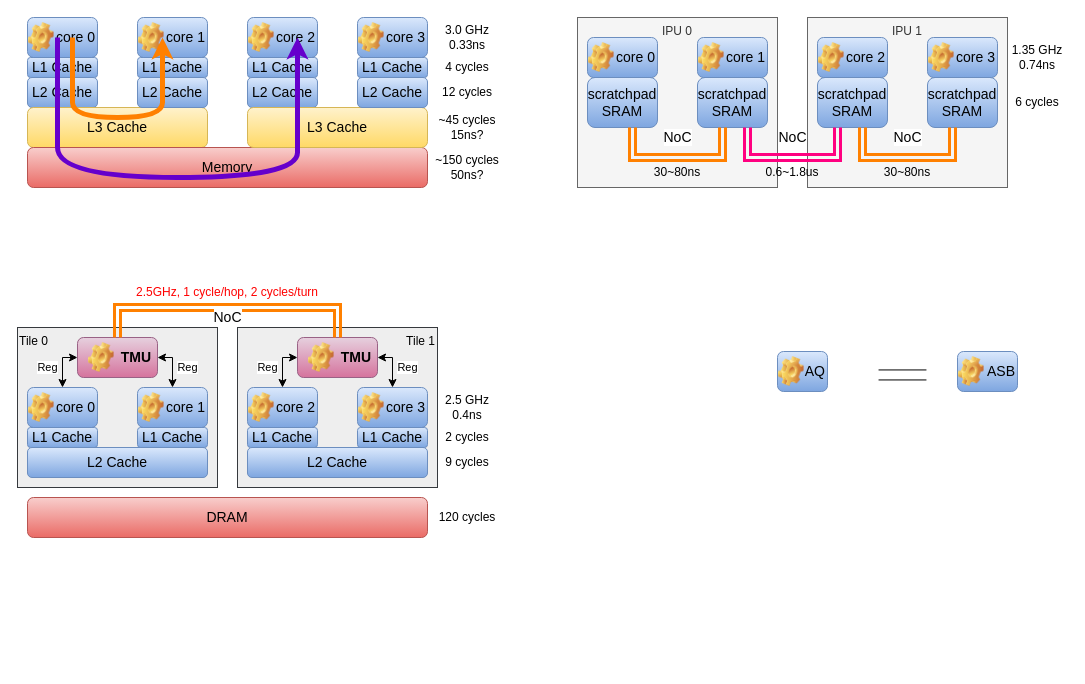
This is verilator_digrams/通信方案.drawio from Dercury/CLDK, a draw.io file, before an edit. Source tidied: cells renumbered, new cells numbered last; positions are measured from the earlier drawing's top-left corner, leaving out a move shared by most shapes. Both pictures are drawn from the tidied source at 100%, with x=0, y=0 at pixel (17, 17).
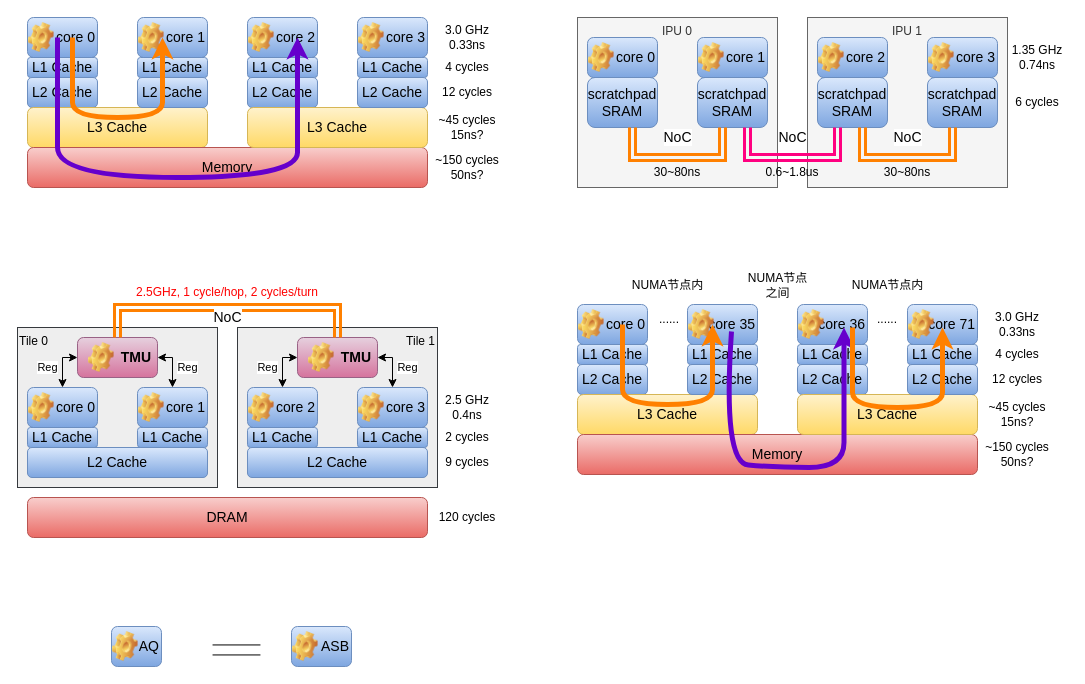
The same diagram, later.

Commit message:
更新通信方案.drawio

Change to the diagram source:
```diff
@@
     <mxCell id="21" style="shape=partialRectangle;whiteSpace=wrap;html=1;top=0;bottom=0;fillColor=none;rotation=90;" parent="1" vertex="1">
-      <mxGeometry x="880" y="334" width="10" height="46.9" as="geometry" />
+      <mxGeometry x="214" y="609" width="10" height="46.9" as="geometry" />
     </mxCell>
@@
     <mxCell id="78" style="group;" parent="1" vertex="1">
-      <mxGeometry x="760" y="334" width="50" height="40" as="geometry" />
+      <mxGeometry x="94" y="609" width="50" height="40" as="geometry" />
     </mxCell>
@@
     <mxCell id="81" style="group;" parent="1" vertex="1">
-      <mxGeometry x="940" y="334" width="60" height="40" as="geometry" />
+      <mxGeometry x="274" y="609" width="60" height="40" as="geometry" />
     </mxCell>
@@
+    <mxCell id="105" value="L1 Cache" style="rounded=1;whiteSpace=wrap;html=1;fillColor=#dae8fc;gradientColor=#7ea6e0;strokeColor=#6c8ebf;fontSize=14;" parent="1" vertex="1">
+      <mxGeometry x="560" y="327" width="70" height="20" as="geometry" />
+    </mxCell>
+    <mxCell id="106" value="L2 Cache" style="rounded=1;whiteSpace=wrap;html=1;fillColor=#dae8fc;gradientColor=#7ea6e0;strokeColor=#6c8ebf;fontSize=14;" parent="1" vertex="1">
+      <mxGeometry x="560" y="347" width="70" height="30" as="geometry" />
+    </mxCell>
+    <mxCell id="107" value="L3 Cache" style="rounded=1;whiteSpace=wrap;html=1;fontSize=14;fillColor=#fff2cc;gradientColor=#ffd966;strokeColor=#d6b656;" parent="1" vertex="1">
+      <mxGeometry x="560" y="377" width="180" height="40" as="geometry" />
+    </mxCell>
+    <mxCell id="108" value="L1 Cache" style="rounded=1;whiteSpace=wrap;html=1;fillColor=#dae8fc;gradientColor=#7ea6e0;strokeColor=#6c8ebf;fontSize=14;" parent="1" vertex="1">
+      <mxGeometry x="670" y="327" width="70" height="20" as="geometry" />
+    </mxCell>
+    <mxCell id="109" value="L2 Cache" style="rounded=1;whiteSpace=wrap;html=1;fillColor=#dae8fc;gradientColor=#7ea6e0;strokeColor=#6c8ebf;fontSize=14;" parent="1" vertex="1">
+      <mxGeometry x="670" y="347" width="70" height="30" as="geometry" />
+    </mxCell>
+    <mxCell id="110" value="Memory" style="rounded=1;whiteSpace=wrap;html=1;fontSize=14;fillColor=#f8cecc;gradientColor=#ea6b66;strokeColor=#b85450;" parent="1" vertex="1">
+      <mxGeometry x="560" y="417" width="400" height="40" as="geometry" />
+    </mxCell>
+    <mxCell id="111" value="L1 Cache" style="rounded=1;whiteSpace=wrap;html=1;fillColor=#dae8fc;gradientColor=#7ea6e0;strokeColor=#6c8ebf;fontSize=14;" parent="1" vertex="1">
+      <mxGeometry x="780" y="327" width="70" height="20" as="geometry" />
+    </mxCell>
+    <mxCell id="112" value="L2 Cache" style="rounded=1;whiteSpace=wrap;html=1;fillColor=#dae8fc;gradientColor=#7ea6e0;strokeColor=#6c8ebf;fontSize=14;" parent="1" vertex="1">
+      <mxGeometry x="780" y="347" width="70" height="30" as="geometry" />
+    </mxCell>
+    <mxCell id="113" value="L3 Cache" style="rounded=1;whiteSpace=wrap;html=1;fontSize=14;fillColor=#fff2cc;gradientColor=#ffd966;strokeColor=#d6b656;" parent="1" vertex="1">
+      <mxGeometry x="780" y="377" width="180" height="40" as="geometry" />
+    </mxCell>
+    <mxCell id="114" value="L1 Cache" style="rounded=1;whiteSpace=wrap;html=1;fillColor=#dae8fc;gradientColor=#7ea6e0;strokeColor=#6c8ebf;fontSize=14;" parent="1" vertex="1">
+      <mxGeometry x="890" y="327" width="70" height="20" as="geometry" />
+    </mxCell>
+    <mxCell id="115" value="L2 Cache" style="rounded=1;whiteSpace=wrap;html=1;fillColor=#dae8fc;gradientColor=#7ea6e0;strokeColor=#6c8ebf;fontSize=14;" parent="1" vertex="1">
+      <mxGeometry x="890" y="347" width="70" height="30" as="geometry" />
+    </mxCell>
+    <mxCell id="116" style="group;" parent="1" vertex="1">
+      <mxGeometry x="560" y="287" width="70" height="40" as="geometry" />
+    </mxCell>
+    <mxCell id="117" value="core 0" style="rounded=1;whiteSpace=wrap;html=1;fillColor=#dae8fc;gradientColor=#7ea6e0;strokeColor=#6c8ebf;fontSize=14;align=right;" parent="116" vertex="1">
+      <mxGeometry width="70" height="40" as="geometry" />
+    </mxCell>
+    <mxCell id="118" style="shape=image;html=1;verticalLabelPosition=bottom;verticalAlign=top;imageAspect=1;image=img/clipart/Gear_128x128.png;" parent="116" vertex="1">
+      <mxGeometry x="1" y="5" width="25.6" height="30" as="geometry" />
+    </mxCell>
+    <mxCell id="119" style="group;" parent="1" vertex="1">
+      <mxGeometry x="670" y="287" width="70" height="40" as="geometry" />
+    </mxCell>
+    <mxCell id="120" value="core 35" style="rounded=1;whiteSpace=wrap;html=1;fillColor=#dae8fc;gradientColor=#7ea6e0;strokeColor=#6c8ebf;fontSize=14;align=right;" parent="119" vertex="1">
+      <mxGeometry width="70" height="40" as="geometry" />
+    </mxCell>
+    <mxCell id="121" style="shape=image;html=1;verticalLabelPosition=bottom;verticalAlign=top;imageAspect=1;image=img/clipart/Gear_128x128.png;" parent="119" vertex="1">
+      <mxGeometry x="1" y="5" width="25.6" height="30" as="geometry" />
+    </mxCell>
+    <mxCell id="122" style="group;" parent="1" vertex="1">
+      <mxGeometry x="780" y="287" width="70" height="40" as="geometry" />
+    </mxCell>
+    <mxCell id="123" value="core 36" style="rounded=1;whiteSpace=wrap;html=1;fillColor=#dae8fc;gradientColor=#7ea6e0;strokeColor=#6c8ebf;fontSize=14;align=right;" parent="122" vertex="1">
+      <mxGeometry width="70" height="40" as="geometry" />
+    </mxCell>
+    <mxCell id="124" style="shape=image;html=1;verticalLabelPosition=bottom;verticalAlign=top;imageAspect=1;image=img/clipart/Gear_128x128.png;" parent="122" vertex="1">
+      <mxGeometry x="1" y="5" width="25.6" height="30" as="geometry" />
+    </mxCell>
+    <mxCell id="125" style="group;" parent="1" vertex="1">
+      <mxGeometry x="890" y="287" width="70" height="40" as="geometry" />
+    </mxCell>
+    <mxCell id="126" value="core 71" style="rounded=1;whiteSpace=wrap;html=1;fillColor=#dae8fc;gradientColor=#7ea6e0;strokeColor=#6c8ebf;fontSize=14;align=right;" parent="125" vertex="1">
+      <mxGeometry width="70" height="40" as="geometry" />
+    </mxCell>
+    <mxCell id="127" style="shape=image;html=1;verticalLabelPosition=bottom;verticalAlign=top;imageAspect=1;image=img/clipart/Gear_128x128.png;" parent="125" vertex="1">
+      <mxGeometry x="1" y="5" width="25.6" height="30" as="geometry" />
+    </mxCell>
+    <mxCell id="128" style="curved=1;endArrow=classic;html=1;rounded=0;strokeColor=#FF8000;strokeWidth=5;" parent="1" edge="1">
+      <mxGeometry relative="1" as="geometry">
+        <mxPoint x="605" y="307" as="sourcePoint" />
+        <mxPoint x="695" y="307" as="targetPoint" />
+        <Array as="points">
+          <mxPoint x="605" y="357" />
+          <mxPoint x="605" y="387" />
+          <mxPoint x="695" y="387" />
+          <mxPoint x="695" y="357" />
+        </Array>
+      </mxGeometry>
+    </mxCell>
+    <mxCell id="129" style="curved=1;endArrow=classic;html=1;rounded=0;strokeColor=#6600CC;strokeWidth=5;" parent="1" edge="1">
+      <mxGeometry relative="1" as="geometry">
+        <mxPoint x="714" y="314" as="sourcePoint" />
+        <mxPoint x="826.5" y="310" as="targetPoint" />
+        <Array as="points">
+          <mxPoint x="705" y="445" />
+          <mxPoint x="756.5" y="450" />
+          <mxPoint x="826.5" y="450" />
+          <mxPoint x="826.5" y="400" />
+        </Array>
+      </mxGeometry>
+    </mxCell>
+    <mxCell id="130" value="4 cycles" style="text;html=1;align=center;verticalAlign=middle;whiteSpace=wrap;rounded=0;" parent="1" vertex="1">
+      <mxGeometry x="970" y="322" width="60" height="30" as="geometry" />
+    </mxCell>
+    <mxCell id="131" value="12 cycles" style="text;html=1;align=center;verticalAlign=middle;whiteSpace=wrap;rounded=0;" parent="1" vertex="1">
+      <mxGeometry x="970" y="347" width="60" height="30" as="geometry" />
+    </mxCell>
+    <mxCell id="132" value="~45 cycles&lt;div&gt;15ns?&lt;/div&gt;" style="text;html=1;align=center;verticalAlign=middle;whiteSpace=wrap;rounded=0;" parent="1" vertex="1">
+      <mxGeometry x="970" y="382" width="60" height="30" as="geometry" />
+    </mxCell>
+    <mxCell id="133" value="&lt;div&gt;~150 cycles&lt;/div&gt;&lt;div&gt;50ns?&lt;/div&gt;" style="text;html=1;align=center;verticalAlign=middle;whiteSpace=wrap;rounded=0;" parent="1" vertex="1">
+      <mxGeometry x="965" y="422" width="70" height="30" as="geometry" />
+    </mxCell>
+    <mxCell id="134" value="3.0 GHz&lt;div&gt;0.33ns&lt;/div&gt;" style="text;html=1;align=center;verticalAlign=middle;whiteSpace=wrap;rounded=0;" parent="1" vertex="1">
+      <mxGeometry x="970" y="292" width="60" height="30" as="geometry" />
+    </mxCell>
+    <mxCell id="135" style="curved=1;endArrow=classic;html=1;rounded=0;strokeColor=#FF8000;strokeWidth=5;" parent="1" edge="1">
+      <mxGeometry relative="1" as="geometry">
+        <mxPoint x="835" y="310" as="sourcePoint" />
+        <mxPoint x="925" y="310" as="targetPoint" />
+        <Array as="points">
+          <mxPoint x="835" y="360" />
+          <mxPoint x="835" y="390" />
+          <mxPoint x="925" y="390" />
+          <mxPoint x="925" y="360" />
+        </Array>
+      </mxGeometry>
+    </mxCell>
+    <mxCell id="136" value="......" style="text;html=1;align=center;verticalAlign=middle;whiteSpace=wrap;rounded=0;" parent="1" vertex="1">
+      <mxGeometry x="622" y="287" width="60" height="30" as="geometry" />
+    </mxCell>
+    <mxCell id="137" value="......" style="text;html=1;align=center;verticalAlign=middle;whiteSpace=wrap;rounded=0;" parent="1" vertex="1">
+      <mxGeometry x="840" y="287" width="60" height="30" as="geometry" />
+    </mxCell>
+    <mxCell id="138" value="NUMA节点内" style="text;html=1;align=center;verticalAlign=middle;whiteSpace=wrap;rounded=0;" parent="1" vertex="1">
+      <mxGeometry x="612.5" y="253" width="75" height="30" as="geometry" />
+    </mxCell>
+    <mxCell id="139" value="NUMA节点内" style="text;html=1;align=center;verticalAlign=middle;whiteSpace=wrap;rounded=0;" parent="1" vertex="1">
+      <mxGeometry x="832.5" y="253" width="75" height="30" as="geometry" />
+    </mxCell>
+    <mxCell id="140" value="NUMA节点&lt;div&gt;之间&lt;/div&gt;" style="text;html=1;align=center;verticalAlign=middle;whiteSpace=wrap;rounded=0;" parent="1" vertex="1">
+      <mxGeometry x="722.5" y="253" width="75" height="30" as="geometry" />
+    </mxCell>
```
